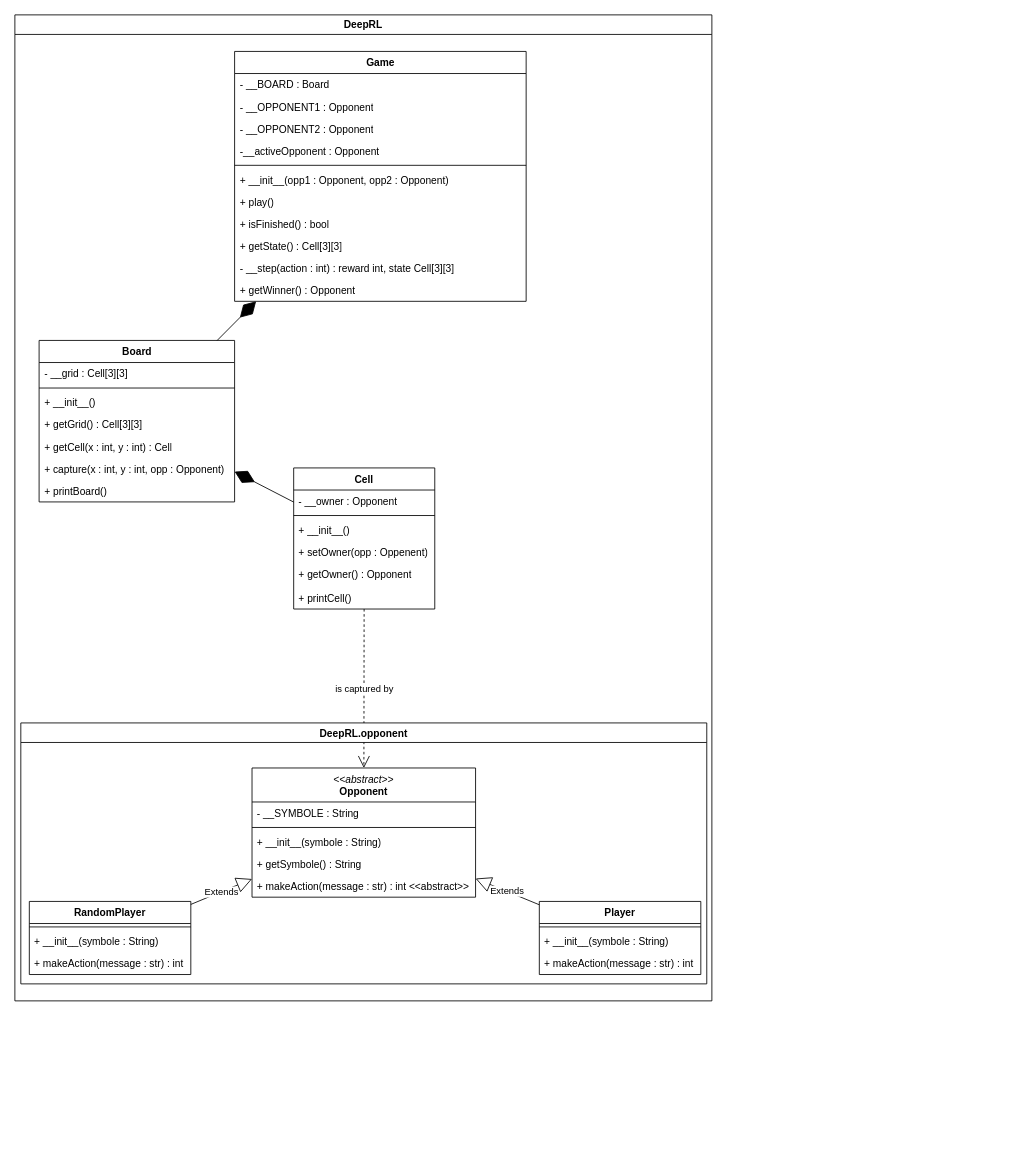
Above: uml/DRL project.drawio in Enzo-Claeyssen/Q-Learning_for_Tic_Tac_Toe (draw.io), before the change. Source tidied: cells renumbered, new cells numbered last; positions are measured from the earlier drawing's top-left corner, leaving out a move shared by most shapes. Both pictures are drawn from the tidied source at 85%, with x=0, y=0 at pixel (14, 14).
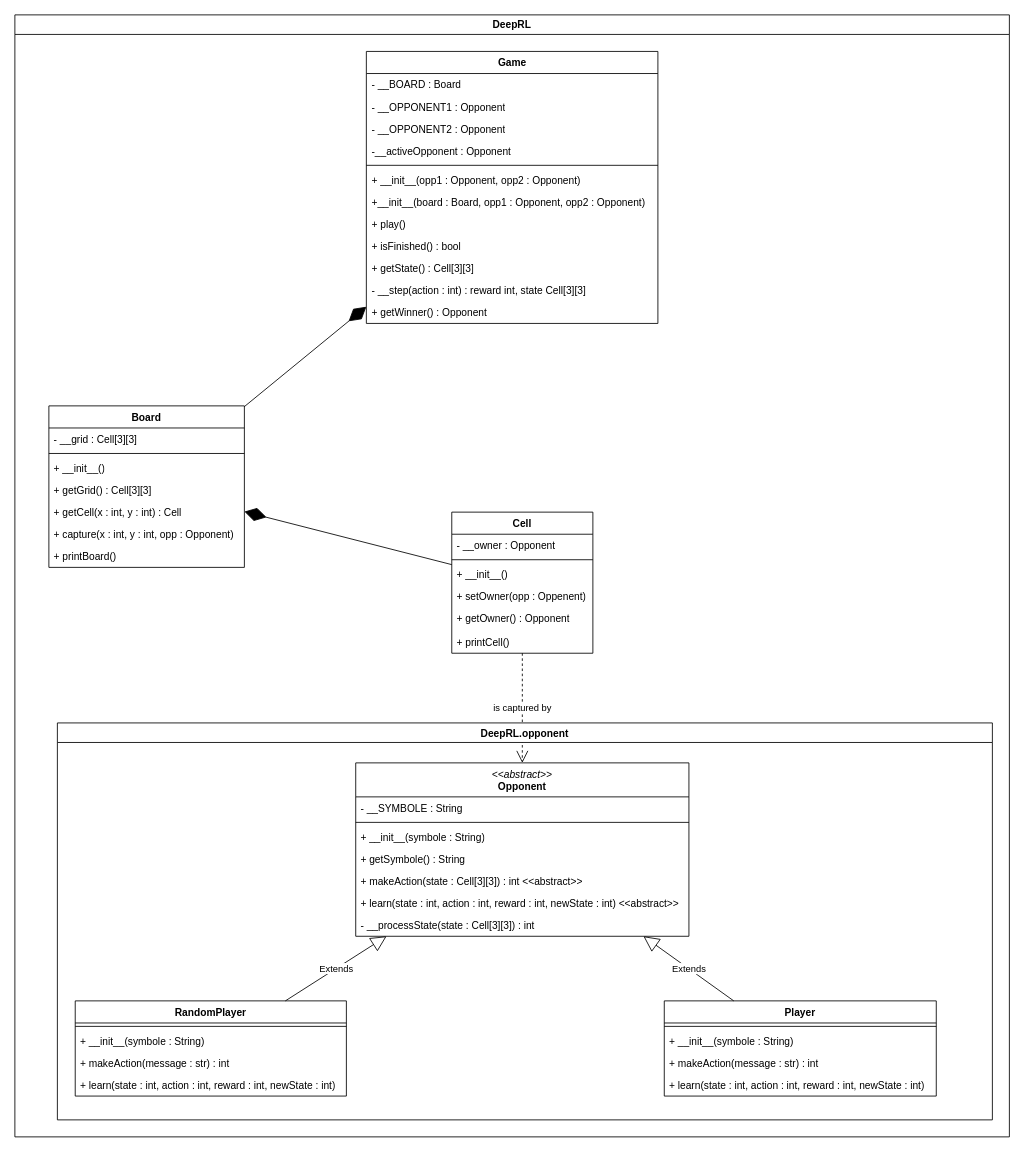
Above is the later version.

Commit message (it also covers changes not shown here):
Finished UML and doc for v0.0.9

The edit, as a diff of the source:
```diff
@@
     <mxCell id="2" value="DeepRL" style="swimlane;" parent="1" vertex="1">
-      <mxGeometry width="820" height="1160" as="geometry" />
+      <mxGeometry width="1170" height="1320" as="geometry" />
     </mxCell>
     <mxCell id="3" value="Game" style="swimlane;fontStyle=1;align=center;verticalAlign=top;horizontal=1;startSize=26;whiteSpace=wrap;html=1;" parent="2" vertex="1">
-      <mxGeometry x="258.5" y="43" width="343" height="294" as="geometry" />
+      <mxGeometry x="413.5" y="43" width="343" height="320" as="geometry" />
     </mxCell>
@@
+    <mxCell id="50" value="+__init__(board : Board, opp1 : Opponent, opp2 : Opponent)" style="text;strokeColor=none;fillColor=none;align=left;verticalAlign=top;spacingLeft=4;spacingRight=4;overflow=hidden;whiteSpace=wrap;html=1;" parent="3" vertex="1">
+      <mxGeometry y="164" width="343" height="26" as="geometry" />
+    </mxCell>
     <mxCell id="10" value="+ play()" style="text;strokeColor=none;fillColor=none;align=left;verticalAlign=top;spacingLeft=4;spacingRight=4;overflow=hidden;whiteSpace=wrap;html=1;" parent="3" vertex="1">
-      <mxGeometry y="164" width="343" height="26" as="geometry" />
+      <mxGeometry y="190" width="343" height="26" as="geometry" />
     </mxCell>
     <mxCell id="11" value="+ isFinished() : bool " style="text;strokeColor=none;fillColor=none;align=left;verticalAlign=top;spacingLeft=4;spacingRight=4;overflow=hidden;whiteSpace=wrap;html=1;" parent="3" vertex="1">
-      <mxGeometry y="190" width="343" height="26" as="geometry" />
+      <mxGeometry y="216" width="343" height="26" as="geometry" />
     </mxCell>
     <mxCell id="12" value="+ getState() : Cell[3][3]" style="text;strokeColor=none;fillColor=none;align=left;verticalAlign=top;spacingLeft=4;spacingRight=4;overflow=hidden;whiteSpace=wrap;html=1;" parent="3" vertex="1">
-      <mxGeometry y="216" width="343" height="26" as="geometry" />
+      <mxGeometry y="242" width="343" height="26" as="geometry" />
     </mxCell>
     <mxCell id="13" value="- __step(action : int) : reward int, state Cell[3][3]" style="text;strokeColor=none;fillColor=none;align=left;verticalAlign=top;spacingLeft=4;spacingRight=4;overflow=hidden;whiteSpace=wrap;html=1;" parent="3" vertex="1">
-      <mxGeometry y="242" width="343" height="26" as="geometry" />
+      <mxGeometry y="268" width="343" height="26" as="geometry" />
     </mxCell>
     <mxCell id="14" value="+ getWinner() : Opponent" style="text;strokeColor=none;fillColor=none;align=left;verticalAlign=top;spacingLeft=4;spacingRight=4;overflow=hidden;whiteSpace=wrap;html=1;" parent="3" vertex="1">
-      <mxGeometry y="268" width="343" height="26" as="geometry" />
+      <mxGeometry y="294" width="343" height="26" as="geometry" />
     </mxCell>
     <mxCell id="15" value="Board" style="swimlane;fontStyle=1;align=center;verticalAlign=top;horizontal=1;startSize=26;whiteSpace=wrap;html=1;" parent="2" vertex="1">
-      <mxGeometry x="28.5" y="383" width="230" height="190" as="geometry" />
+      <mxGeometry x="40" y="460" width="230" height="190" as="geometry" />
     </mxCell>
@@
     <mxCell id="24" value="Cell" style="swimlane;fontStyle=1;align=center;verticalAlign=top;horizontal=1;startSize=26;whiteSpace=wrap;html=1;" parent="2" vertex="1">
-      <mxGeometry x="328" y="533" width="166" height="166" as="geometry" />
+      <mxGeometry x="514" y="585" width="166" height="166" as="geometry" />
     </mxCell>
@@
     <mxCell id="33" value="DeepRL.opponent" style="swimlane;" parent="2" vertex="1">
-      <mxGeometry x="7" y="833" width="807" height="307" as="geometry" />
+      <mxGeometry x="50" y="833" width="1100" height="467" as="geometry" />
     </mxCell>
     <mxCell id="34" value="RandomPlayer" style="swimlane;fontStyle=1;align=center;verticalAlign=top;horizontal=1;startSize=26;whiteSpace=wrap;html=1;" parent="33" vertex="1">
-      <mxGeometry x="10" y="210" width="190" height="86" as="geometry" />
+      <mxGeometry x="21" y="327" width="319" height="112" as="geometry" />
     </mxCell>
     <mxCell id="35" style="line;strokeWidth=1;fillColor=none;align=left;verticalAlign=middle;spacingTop=-1;spacingLeft=3;spacingRight=3;labelPosition=right;strokeColor=inherit;" parent="34" vertex="1">
-      <mxGeometry y="26" width="190" height="8" as="geometry" />
+      <mxGeometry y="26" width="319" height="8" as="geometry" />
     </mxCell>
     <mxCell id="36" value="+ __init__(symbole : String)" style="text;strokeColor=none;fillColor=none;align=left;verticalAlign=top;spacingLeft=4;spacingRight=4;overflow=hidden;whiteSpace=wrap;html=1;" parent="34" vertex="1">
-      <mxGeometry y="34" width="190" height="26" as="geometry" />
+      <mxGeometry y="34" width="319" height="26" as="geometry" />
     </mxCell>
     <mxCell id="37" value="+ makeAction(message : str) : int" style="text;strokeColor=none;fillColor=none;align=left;verticalAlign=top;spacingLeft=4;spacingRight=4;overflow=hidden;whiteSpace=wrap;html=1;" parent="34" vertex="1">
-      <mxGeometry y="60" width="190" height="26" as="geometry" />
+      <mxGeometry y="60" width="319" height="26" as="geometry" />
     </mxCell>
+    <mxCell id="51" value="+ learn(state : int, action : int, reward : int, newState : int)" style="text;strokeColor=none;fillColor=none;align=left;verticalAlign=top;spacingLeft=4;spacingRight=4;overflow=hidden;whiteSpace=wrap;html=1;" parent="34" vertex="1">
+      <mxGeometry y="86" width="319" height="26" as="geometry" />
+    </mxCell>
     <mxCell id="38" value="Player" style="swimlane;fontStyle=1;align=center;verticalAlign=top;horizontal=1;startSize=26;whiteSpace=wrap;html=1;" parent="33" vertex="1">
-      <mxGeometry x="610" y="210" width="190" height="86" as="geometry" />
+      <mxGeometry x="714" y="327" width="320" height="112" as="geometry" />
     </mxCell>
     <mxCell id="39" style="line;strokeWidth=1;fillColor=none;align=left;verticalAlign=middle;spacingTop=-1;spacingLeft=3;spacingRight=3;labelPosition=right;strokeColor=inherit;" parent="38" vertex="1">
-      <mxGeometry y="26" width="190" height="8" as="geometry" />
+      <mxGeometry y="26" width="320" height="8" as="geometry" />
     </mxCell>
     <mxCell id="40" value="+ __init__(symbole : String)" style="text;strokeColor=none;fillColor=none;align=left;verticalAlign=top;spacingLeft=4;spacingRight=4;overflow=hidden;whiteSpace=wrap;html=1;" parent="38" vertex="1">
-      <mxGeometry y="34" width="190" height="26" as="geometry" />
+      <mxGeometry y="34" width="320" height="26" as="geometry" />
     </mxCell>
     <mxCell id="41" value="+ makeAction(message : str) : int" style="text;strokeColor=none;fillColor=none;align=left;verticalAlign=top;spacingLeft=4;spacingRight=4;overflow=hidden;whiteSpace=wrap;html=1;" parent="38" vertex="1">
-      <mxGeometry y="60" width="190" height="26" as="geometry" />
+      <mxGeometry y="60" width="320" height="26" as="geometry" />
     </mxCell>
+    <mxCell id="52" value="+ learn(state : int, action : int, reward : int, newState : int)" style="text;strokeColor=none;fillColor=none;align=left;verticalAlign=top;spacingLeft=4;spacingRight=4;overflow=hidden;whiteSpace=wrap;html=1;" parent="38" vertex="1">
+      <mxGeometry y="86" width="320" height="26" as="geometry" />
+    </mxCell>
     <mxCell id="42" value="&lt;span style=&quot;font-weight: normal;&quot;&gt;&lt;i&gt;&amp;lt;&amp;lt;abstract&amp;gt;&amp;gt;&lt;/i&gt;&lt;/span&gt;&lt;br&gt;Opponent" style="swimlane;fontStyle=1;align=center;verticalAlign=top;horizontal=1;startSize=40;whiteSpace=wrap;html=1;" parent="33" vertex="1">
-      <mxGeometry x="272" y="53" width="263" height="152" as="geometry" />
+      <mxGeometry x="351" y="47" width="392" height="204" as="geometry" />
     </mxCell>
     <mxCell id="43" value="- __SYMBOLE : String" style="text;strokeColor=none;fillColor=none;align=left;verticalAlign=top;spacingLeft=4;spacingRight=4;overflow=hidden;whiteSpace=wrap;html=1;" parent="42" vertex="1">
-      <mxGeometry y="40" width="263" height="26" as="geometry" />
+      <mxGeometry y="40" width="392" height="26" as="geometry" />
     </mxCell>
     <mxCell id="44" style="line;strokeWidth=1;fillColor=none;align=left;verticalAlign=middle;spacingTop=-1;spacingLeft=3;spacingRight=3;labelPosition=right;strokeColor=inherit;" parent="42" vertex="1">
-      <mxGeometry y="66" width="263" height="8" as="geometry" />
+      <mxGeometry y="66" width="392" height="8" as="geometry" />
     </mxCell>
     <mxCell id="45" value="+ __init__(symbole : String)" style="text;strokeColor=none;fillColor=none;align=left;verticalAlign=top;spacingLeft=4;spacingRight=4;overflow=hidden;whiteSpace=wrap;html=1;" parent="42" vertex="1">
-      <mxGeometry y="74" width="263" height="26" as="geometry" />
+      <mxGeometry y="74" width="392" height="26" as="geometry" />
     </mxCell>
     <mxCell id="46" value="+ getSymbole() : String" style="text;strokeColor=none;fillColor=none;align=left;verticalAlign=top;spacingLeft=4;spacingRight=4;overflow=hidden;whiteSpace=wrap;html=1;" parent="42" vertex="1">
-      <mxGeometry y="100" width="263" height="26" as="geometry" />
+      <mxGeometry y="100" width="392" height="26" as="geometry" />
     </mxCell>
-    <mxCell id="47" value="+ makeAction(message : str) : int &amp;lt;&amp;lt;abstract&amp;gt;&amp;gt;" style="text;strokeColor=none;fillColor=none;align=left;verticalAlign=top;spacingLeft=4;spacingRight=4;overflow=hidden;whiteSpace=wrap;html=1;" parent="42" vertex="1">
-      <mxGeometry y="126" width="263" height="26" as="geometry" />
+    <mxCell id="47" value="+ makeAction(state : Cell[3][3]) : int &amp;lt;&amp;lt;abstract&amp;gt;&amp;gt;" style="text;strokeColor=none;fillColor=none;align=left;verticalAlign=top;spacingLeft=4;spacingRight=4;overflow=hidden;whiteSpace=wrap;html=1;" parent="42" vertex="1">
+      <mxGeometry y="126" width="392" height="26" as="geometry" />
     </mxCell>
+    <mxCell id="53" value="+ learn(state : int, action : int, reward : int, newState : int) &amp;lt;&amp;lt;abstract&amp;gt;&amp;gt;" style="text;strokeColor=none;fillColor=none;align=left;verticalAlign=top;spacingLeft=4;spacingRight=4;overflow=hidden;whiteSpace=wrap;html=1;" parent="42" vertex="1">
+      <mxGeometry y="152" width="392" height="26" as="geometry" />
+    </mxCell>
+    <mxCell id="54" value="- __processState(state : Cell[3][3]) : int" style="text;strokeColor=none;fillColor=none;align=left;verticalAlign=top;spacingLeft=4;spacingRight=4;overflow=hidden;whiteSpace=wrap;html=1;" parent="42" vertex="1">
+      <mxGeometry y="178" width="392" height="26" as="geometry" />
+    </mxCell>
```
